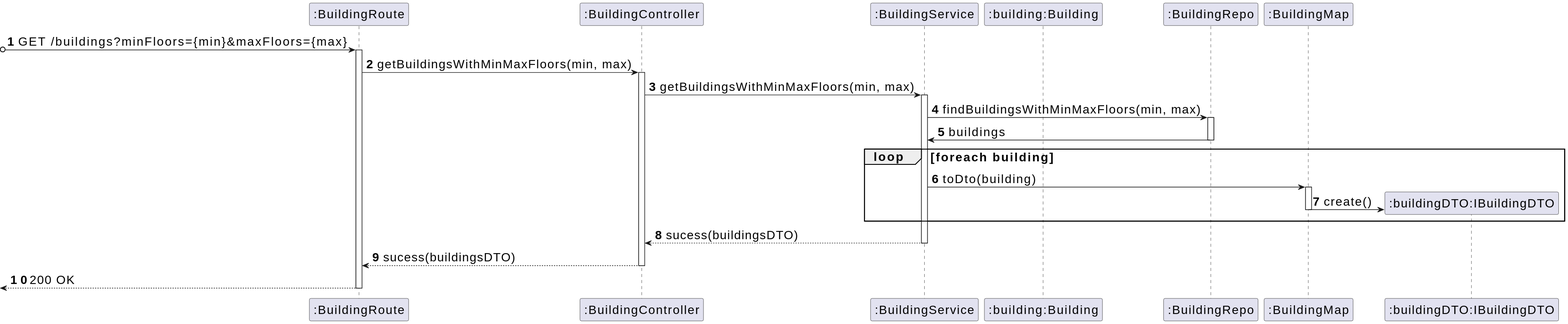
Before: _wiki/sprint-a/us04-180/views/level-3/assets/process-view.svg, a diagram exported from PlantUML (miseEnPlace-dev/lapr5). Source of this version:
```plantuml
@startuml
skinparamlocked defaultFontSize 20
autonumber
participant ROUTE as ":BuildingRoute"
participant CTRL as ":BuildingController"
participant SRV as ":BuildingService"
participant BUILD as ":building:Building"
participant REPO as ":BuildingRepo"
participant MAP as ":BuildingMap"
participant DTO as ":buildingDTO:IBuildingDTO"

?o-> ROUTE : GET /buildings?minFloors={min}&maxFloors={max}
activate ROUTE

ROUTE -> CTRL : getBuildingsWithMinMaxFloors(min, max)
activate CTRL
CTRL -> SRV : getBuildingsWithMinMaxFloors(min, max)
activate SRV
SRV -> REPO : findBuildingsWithMinMaxFloors(min, max)
activate REPO
REPO -> SRV : buildings
deactivate REPO
loop foreach building
    SRV -> MAP : toDto(building)
    activate MAP
    MAP -> DTO** : create()
    deactivate MAP
end
SRV --> CTRL : sucess(buildingsDTO)
deactivate SRV
CTRL --> ROUTE : sucess(buildingsDTO)
deactivate CTRL
<-- ROUTE : 200 OK
deactivate ROUTE
@enduml
```
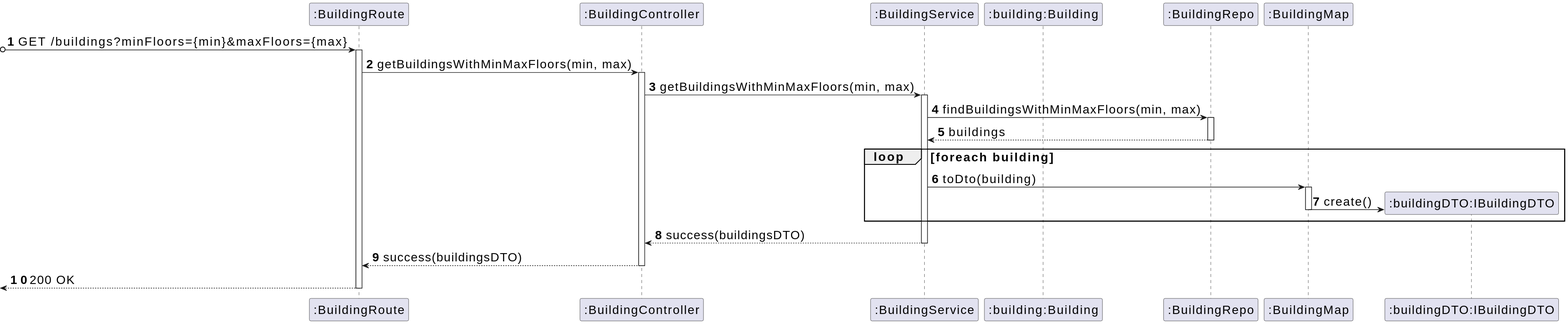
The same file after the commit.

What changed in the source:
```diff
@@ -18,7 +18,7 @@
 activate SRV
 SRV -> REPO : findBuildingsWithMinMaxFloors(min, max)
 activate REPO
-REPO -> SRV : buildings
+REPO --> SRV : buildings
 deactivate REPO
 loop foreach building
     SRV -> MAP : toDto(building)
@@ -26,9 +26,9 @@
     MAP -> DTO** : create()
     deactivate MAP
 end
-SRV --> CTRL : sucess(buildingsDTO)
+SRV --> CTRL : success(buildingsDTO)
 deactivate SRV
-CTRL --> ROUTE : sucess(buildingsDTO)
+CTRL --> ROUTE : success(buildingsDTO)
 deactivate CTRL
 <-- ROUTE : 200 OK
 deactivate ROUTE
```
